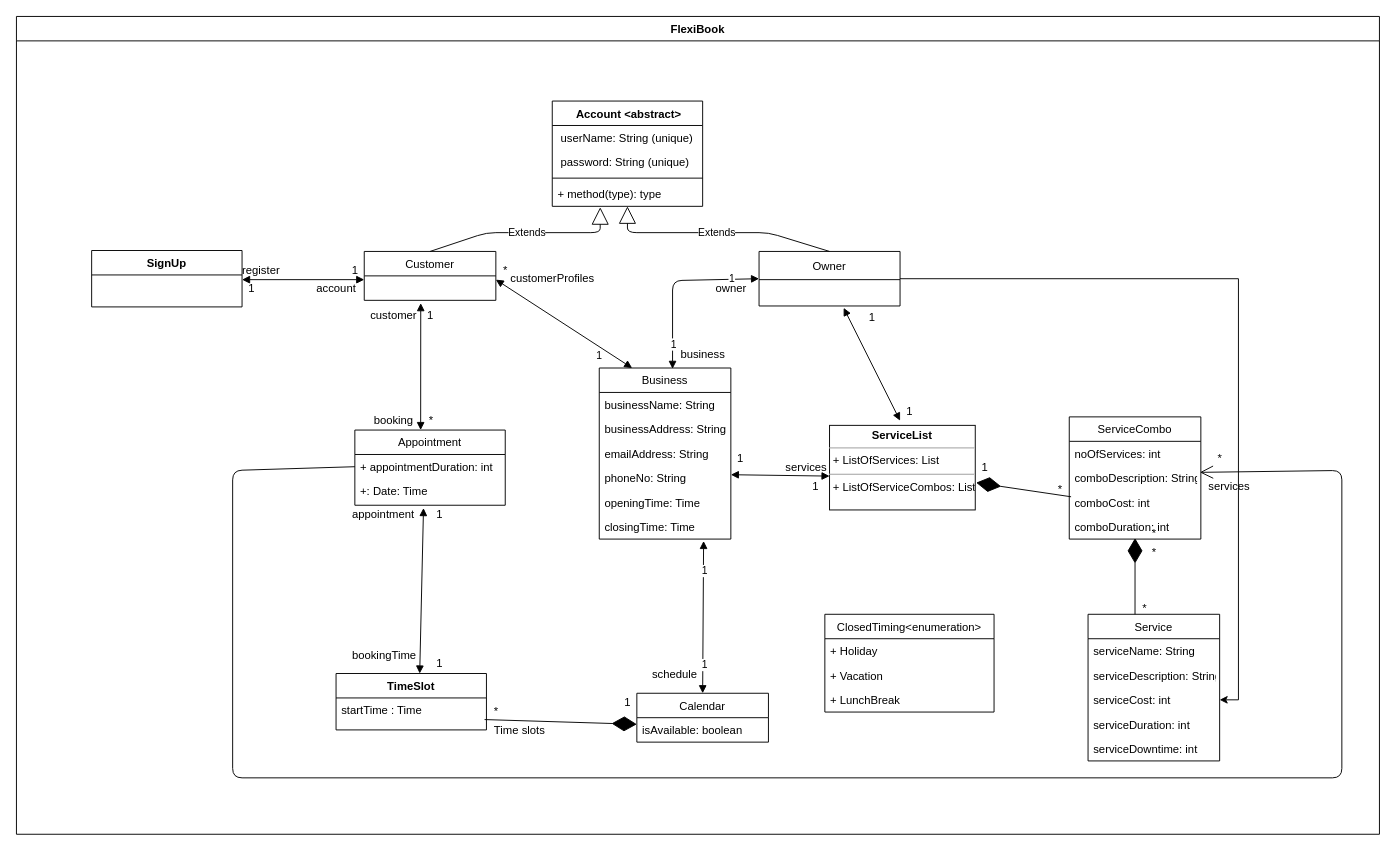
Above: FlexiBook.drawio in chivatam/FlexiBook (draw.io), before the change. Source tidied: cells renumbered, new cells numbered last; positions are measured from the earlier drawing's top-left corner, leaving out a move shared by most shapes. Both pictures are drawn from the tidied source at 94%, with x=0, y=0 at pixel (16, 16).
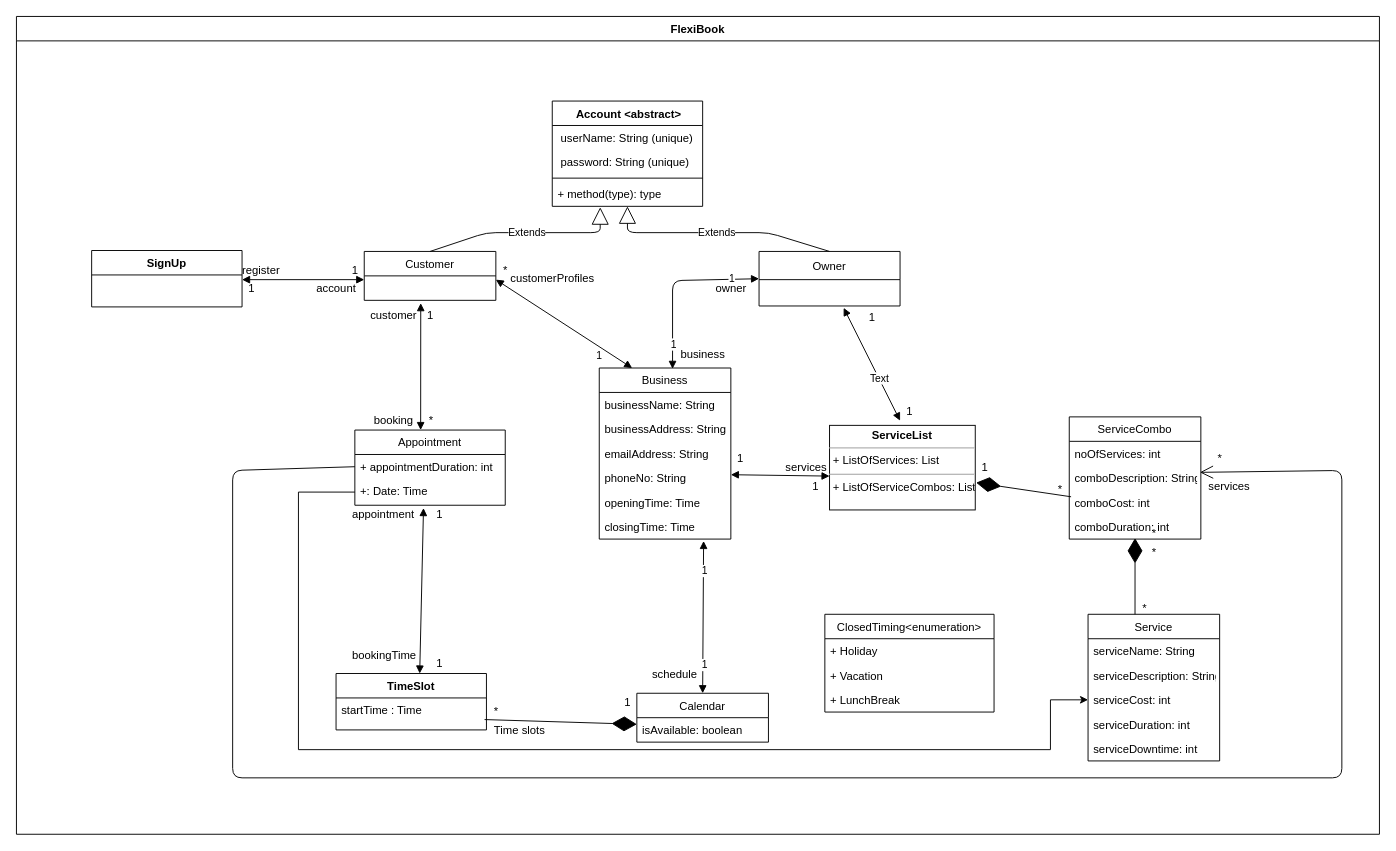
The same page after the edit.

Unchanged cells that the change refers to:
```xml
<mxCell id="45" value="Owner" style="swimlane;fontStyle=0;horizontal=1;startSize=30;fillColor=none;" parent="1" vertex="1">
  <mxGeometry x="790" y="250" width="150" height="58" as="geometry" />
</mxCell>
<mxCell id="56" value="+: Date: Time" style="text;strokeColor=none;fillColor=none;align=left;verticalAlign=top;spacingLeft=4;spacingRight=4;overflow=hidden;points=[[0,0.5],[1,0.5]];portConstraint=eastwest;" parent="54" vertex="1">
  <mxGeometry y="52" width="160" height="28" as="geometry" />
</mxCell>
<mxCell id="85" value="serviceCost: int" style="text;strokeColor=none;fillColor=none;align=left;verticalAlign=top;spacingLeft=4;spacingRight=4;overflow=hidden;points=[[0,0.5],[1,0.5]];portConstraint=eastwest;" parent="82" vertex="1">
  <mxGeometry y="78" width="140" height="26" as="geometry" />
</mxCell>
<mxCell id="90" style="endArrow=block;startArrow=block;endFill=1;startFill=1;html=1;" parent="1" edge="1">
  <mxGeometry relative="1" as="geometry">
    <mxPoint x="880" y="310" as="sourcePoint" />
    <mxPoint x="940" y="430" as="targetPoint" />
  </mxGeometry>
</mxCell>
```

The edit, as a diff of the source:
```diff
@@
-    <mxCell id="44" style="edgeStyle=orthogonalEdgeStyle;rounded=0;jettySize=auto;html=1;entryX=1;entryY=0.5;entryDx=0;entryDy=0;" parent="1" edge="1" source="45" target="85">
-      <mxGeometry relative="1" as="geometry">
-        <Array as="points">
-          <mxPoint x="1300" y="279" />
-          <mxPoint x="1300" y="727" />
-        </Array>
-      </mxGeometry>
-    </mxCell>
@@
+    <mxCell id="93" value="Text" style="edgeLabel;html=1;align=center;verticalAlign=middle;" parent="90" vertex="1">
+      <mxGeometry x="0.23" relative="1" as="geometry" />
+    </mxCell>
@@
+    <mxCell id="94" style="edgeStyle=orthogonalEdgeStyle;rounded=0;jettySize=auto;html=1;entryX=0;entryY=0.5;entryDx=0;entryDy=0;" parent="1" edge="1" source="56" target="85">
+      <mxGeometry relative="1" as="geometry">
+        <Array as="points">
+          <mxPoint x="300" y="506" />
+          <mxPoint x="300" y="780" />
+          <mxPoint x="1100" y="780" />
+          <mxPoint x="1100" y="727" />
+        </Array>
+      </mxGeometry>
+    </mxCell>
```
